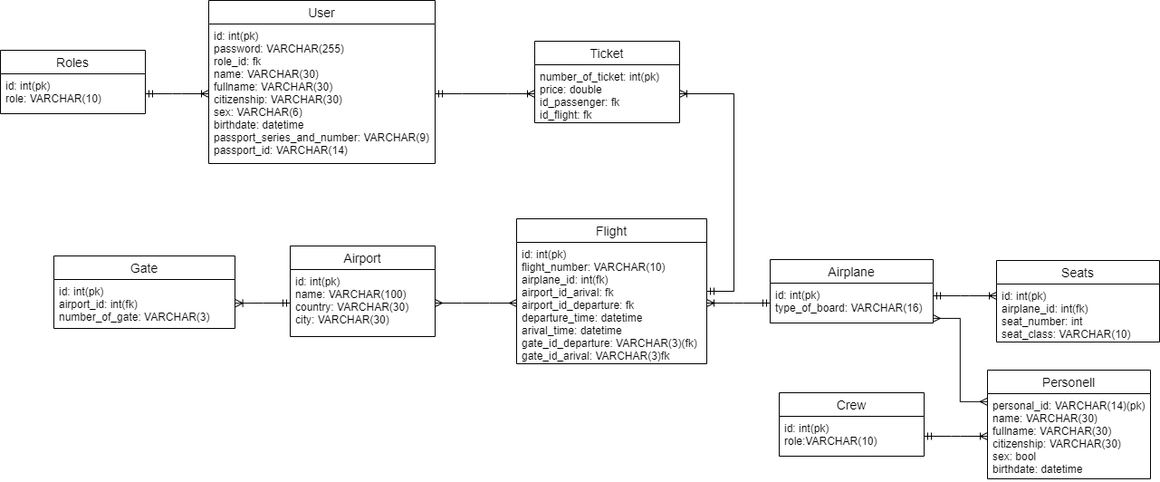
This is Aviaticket.png from DaftCod/Data_Bases-2022-23, a draw.io export, as it was before one commit. Source tidied: cells renumbered, new cells last; positions are measured from the earlier drawing's top-left corner, leaving out a move shared by most shapes.
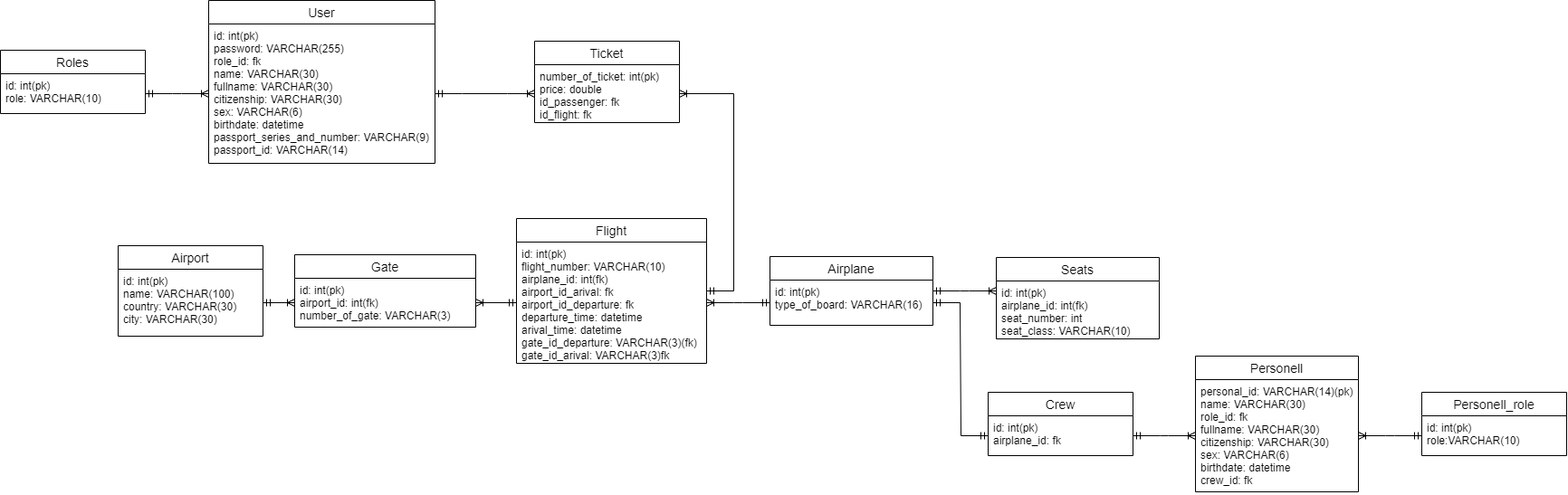
After the commit.

What changed in the source:
```diff
@@ -3,7 +3,7 @@
     <mxCell id="0" />
     <mxCell id="1" parent="0" />
     <mxCell id="2" value="Airport" style="swimlane;fontStyle=0;horizontal=1;startSize=26;align=center;fontSize=14;" parent="1" vertex="1">
-      <mxGeometry x="320" y="271" width="160" height="100" as="geometry" />
+      <mxGeometry x="130" y="271" width="160" height="100" as="geometry" />
     </mxCell>
     <mxCell id="3" value="id: int(pk)&#10;name: VARCHAR(100)&#10;country: VARCHAR(30)&#10;city: VARCHAR(30)" style="text;strokeColor=none;fillColor=none;spacingLeft=4;spacingRight=4;overflow=hidden;points=[[0,0.5],[1,0.5]];portConstraint=eastwest;fontSize=12;" parent="2" vertex="1">
       <mxGeometry y="26" width="160" height="74" as="geometry" />
@@ -21,10 +21,10 @@
       <mxGeometry y="26" width="210" height="134" as="geometry" />
     </mxCell>
     <mxCell id="8" value="Airplane" style="swimlane;fontStyle=0;horizontal=1;startSize=26;align=center;fontSize=14;" parent="1" vertex="1">
-      <mxGeometry x="850" y="286" width="180" height="70" as="geometry" />
+      <mxGeometry x="850" y="283" width="180" height="76" as="geometry" />
     </mxCell>
-    <mxCell id="9" value="id: int(pk)&#10;type_of_board: VARCHAR(16)&#10;&#10;" style="text;strokeColor=none;fillColor=none;spacingLeft=4;spacingRight=4;overflow=hidden;points=[[0,0.5],[1,0.5]];portConstraint=eastwest;fontSize=12;" parent="8" vertex="1">
-      <mxGeometry y="26" width="180" height="44" as="geometry" />
+    <mxCell id="9" value="id: int(pk)&#10;type_of_board: VARCHAR(16)&#10;" style="text;strokeColor=none;fillColor=none;spacingLeft=4;spacingRight=4;overflow=hidden;points=[[0,0.5],[1,0.5]];portConstraint=eastwest;fontSize=12;" parent="8" vertex="1">
+      <mxGeometry y="26" width="180" height="50" as="geometry" />
     </mxCell>
     <mxCell id="10" style="edgeStyle=entityRelationEdgeStyle;fontSize=12;html=1;endArrow=ERoneToMany;startArrow=ERmandOne;rounded=0;entryX=1;entryY=0.5;entryDx=0;entryDy=0;" parent="1" edge="1" source="9" target="7">
       <mxGeometry relative="1" as="geometry" />
@@ -33,39 +33,36 @@
       <mxGeometry relative="1" as="geometry" />
     </mxCell>
     <mxCell id="12" value="Seats" style="swimlane;fontStyle=0;horizontal=1;startSize=26;align=center;fontSize=14;" parent="1" vertex="1">
-      <mxGeometry x="1100" y="287" width="180" height="90" as="geometry" />
+      <mxGeometry x="1100" y="284" width="180" height="90" as="geometry" />
     </mxCell>
     <mxCell id="13" value="id: int(pk)&#10;airplane_id: int(fk)&#10;seat_number: int&#10;seat_class: VARCHAR(10)&#10;&#10;&#10;" style="text;strokeColor=none;fillColor=none;spacingLeft=4;spacingRight=4;overflow=hidden;fontSize=12;" parent="12" vertex="1">
       <mxGeometry y="26" width="180" height="64" as="geometry" />
     </mxCell>
     <mxCell id="14" value="Crew" style="swimlane;fontStyle=0;horizontal=1;startSize=26;align=center;fontSize=14;" parent="1" vertex="1">
-      <mxGeometry x="860" y="433" width="160" height="70" as="geometry" />
+      <mxGeometry x="1091" y="433" width="160" height="70" as="geometry" />
     </mxCell>
-    <mxCell id="15" value="id: int(pk)&#10;role:VARCHAR(10)&#10; &#10;" style="text;strokeColor=none;fillColor=none;spacingLeft=4;spacingRight=4;overflow=hidden;points=[[0,0.5],[1,0.5]];portConstraint=eastwest;fontSize=12;" parent="14" vertex="1">
+    <mxCell id="15" value="id: int(pk)&#10;airplane_id: fk" style="text;strokeColor=none;fillColor=none;spacingLeft=4;spacingRight=4;overflow=hidden;points=[[0,0.5],[1,0.5]];portConstraint=eastwest;fontSize=12;" parent="14" vertex="1">
       <mxGeometry y="26" width="160" height="44" as="geometry" />
     </mxCell>
     <mxCell id="16" value="Personell" style="swimlane;fontStyle=0;horizontal=1;startSize=26;align=center;fontSize=14;" parent="1" vertex="1">
-      <mxGeometry x="1090" y="408" width="180" height="120" as="geometry" />
+      <mxGeometry x="1320" y="393" width="180" height="150" as="geometry" />
     </mxCell>
-    <mxCell id="17" value="personal_id: VARCHAR(14)(pk)&#10;name: VARCHAR(30)&#10;fullname: VARCHAR(30)&#10;citizenship: VARCHAR(30)&#10;sex: bool&#10;birthdate: datetime" style="text;strokeColor=none;fillColor=none;spacingLeft=4;spacingRight=4;overflow=hidden;points=[[0,0.5],[1,0.5]];portConstraint=eastwest;fontSize=12;" parent="16" vertex="1">
-      <mxGeometry y="26" width="180" height="94" as="geometry" />
+    <mxCell id="17" value="personal_id: VARCHAR(14)(pk)&#10;name: VARCHAR(30)&#10;role_id: fk&#10;fullname: VARCHAR(30)&#10;citizenship: VARCHAR(30)&#10;sex: VARCHAR(6)&#10;birthdate: datetime&#10;crew_id: fk" style="text;strokeColor=none;fillColor=none;spacingLeft=4;spacingRight=4;overflow=hidden;points=[[0,0.5],[1,0.5]];portConstraint=eastwest;fontSize=12;" parent="16" vertex="1">
+      <mxGeometry y="26" width="180" height="124" as="geometry" />
     </mxCell>
     <mxCell id="18" value="Gate" style="swimlane;fontStyle=0;horizontal=1;startSize=26;align=center;fontSize=14;" parent="1" vertex="1">
-      <mxGeometry x="59" y="282" width="200" height="80" as="geometry" />
+      <mxGeometry x="325" y="281" width="200" height="80" as="geometry" />
     </mxCell>
     <mxCell id="19" value="id: int(pk)&#10;airport_id: int(fk)&#10;number_of_gate: VARCHAR(3)&#10;" style="text;strokeColor=none;fillColor=none;spacingLeft=4;spacingRight=4;overflow=hidden;points=[[0,0.5],[1,0.5]];portConstraint=eastwest;fontSize=12;" parent="18" vertex="1">
       <mxGeometry y="26" width="200" height="54" as="geometry" />
     </mxCell>
-    <mxCell id="20" style="edgeStyle=entityRelationEdgeStyle;fontSize=12;html=1;endArrow=ERoneToMany;startArrow=ERmandOne;rounded=0;exitX=0;exitY=0.5;exitDx=0;exitDy=0;entryX=1.003;entryY=0.485;entryDx=0;entryDy=0;entryPerimeter=0;" parent="1" edge="1" source="3" target="19">
+    <mxCell id="20" style="edgeStyle=entityRelationEdgeStyle;fontSize=12;html=1;endArrow=ERoneToMany;startArrow=ERmandOne;rounded=0;entryX=0;entryY=0.5;entryDx=0;entryDy=0;" parent="1" edge="1" source="3" target="19">
       <mxGeometry relative="1" as="geometry" />
     </mxCell>
-    <mxCell id="21" style="edgeStyle=entityRelationEdgeStyle;fontSize=12;html=1;endArrow=ERmany;startArrow=ERmany;rounded=0;entryX=0.999;entryY=0.884;entryDx=0;entryDy=0;entryPerimeter=0;exitX=-0.001;exitY=0.094;exitDx=0;exitDy=0;exitPerimeter=0;" parent="1" edge="1" source="17" target="9">
-      <mxGeometry relative="1" as="geometry" />
-    </mxCell>
     <mxCell id="22" style="edgeStyle=entityRelationEdgeStyle;fontSize=12;html=1;endArrow=ERoneToMany;startArrow=ERmandOne;rounded=0;entryX=0;entryY=0.328;entryDx=0;entryDy=0;exitX=1;exitY=0.5;exitDx=0;exitDy=0;entryPerimeter=0;" parent="1" edge="1">
       <mxGeometry relative="1" as="geometry">
-        <mxPoint x="1030" y="326" as="sourcePoint" />
-        <mxPoint x="1100" y="326" as="targetPoint" />
+        <mxPoint x="1030" y="321" as="sourcePoint" />
+        <mxPoint x="1100" y="321" as="targetPoint" />
       </mxGeometry>
     </mxCell>
     <mxCell id="23" style="edgeStyle=entityRelationEdgeStyle;fontSize=12;html=1;endArrow=ERoneToMany;startArrow=ERmandOne;rounded=0;exitX=1;exitY=0.5;exitDx=0;exitDy=0;" parent="1" edge="1" source="15" target="17">
@@ -86,11 +83,23 @@
     <mxCell id="28" style="edgeStyle=entityRelationEdgeStyle;fontSize=12;html=1;endArrow=ERoneToMany;startArrow=ERmandOne;rounded=0;exitX=1;exitY=0.5;exitDx=0;exitDy=0;" parent="1" edge="1" source="25" target="5">
       <mxGeometry relative="1" as="geometry" />
     </mxCell>
-    <mxCell id="29" style="edgeStyle=entityRelationEdgeStyle;fontSize=12;html=1;endArrow=ERmany;startArrow=ERmany;rounded=0;exitX=0;exitY=0.5;exitDx=0;exitDy=0;" parent="1" edge="1" source="7" target="3">
-      <mxGeometry relative="1" as="geometry" />
-    </mxCell>
     <mxCell id="30" style="edgeStyle=entityRelationEdgeStyle;fontSize=12;html=1;endArrow=ERoneToMany;startArrow=ERmandOne;rounded=0;exitX=1;exitY=0.5;exitDx=0;exitDy=0;entryX=0;entryY=0.5;entryDx=0;entryDy=0;" parent="1" edge="1" source="27" target="25">
       <mxGeometry relative="1" as="geometry" />
     </mxCell>
+    <mxCell id="31" style="edgeStyle=entityRelationEdgeStyle;fontSize=12;html=1;endArrow=ERoneToMany;startArrow=ERmandOne;rounded=0;entryX=1;entryY=0.5;entryDx=0;entryDy=0;exitX=0;exitY=0.5;exitDx=0;exitDy=0;" parent="1" edge="1" source="7" target="19">
+      <mxGeometry relative="1" as="geometry" />
+    </mxCell>
+    <mxCell id="32" value="Personell_role" style="swimlane;fontStyle=0;horizontal=1;startSize=26;align=center;fontSize=14;" parent="1" vertex="1">
+      <mxGeometry x="1570" y="433" width="160" height="70" as="geometry" />
+    </mxCell>
+    <mxCell id="33" value="id: int(pk)&#10;role:VARCHAR(10)" style="text;strokeColor=none;fillColor=none;spacingLeft=4;spacingRight=4;overflow=hidden;points=[[0,0.5],[1,0.5]];portConstraint=eastwest;fontSize=12;" parent="32" vertex="1">
+      <mxGeometry y="26" width="160" height="44" as="geometry" />
+    </mxCell>
+    <mxCell id="34" style="edgeStyle=entityRelationEdgeStyle;fontSize=12;html=1;endArrow=ERoneToMany;startArrow=ERmandOne;rounded=0;exitX=0;exitY=0.5;exitDx=0;exitDy=0;entryX=1;entryY=0.5;entryDx=0;entryDy=0;" parent="1" edge="1" source="33" target="17">
+      <mxGeometry relative="1" as="geometry" />
+    </mxCell>
+    <mxCell id="35" style="edgeStyle=entityRelationEdgeStyle;fontSize=12;html=1;endArrow=ERmandOne;startArrow=ERmandOne;rounded=0;exitX=1;exitY=0.5;exitDx=0;exitDy=0;" parent="1" edge="1" source="9" target="15">
+      <mxGeometry relative="1" as="geometry" />
+    </mxCell>
   </root>
 </mxGraphModel>
```
